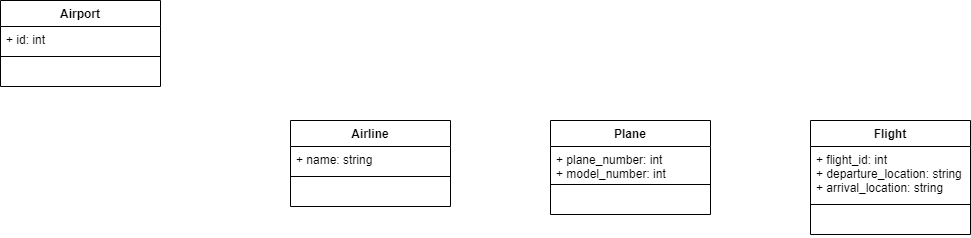
Earlier version of the draw.io export UML Examples/North American Airports System/North American Airports System Class Diagram.png (smitbmx/Architecture-Diagrams). Source tidied: cells renumbered, new cells last; positions are measured from the earlier drawing's top-left corner, leaving out a move shared by most shapes.
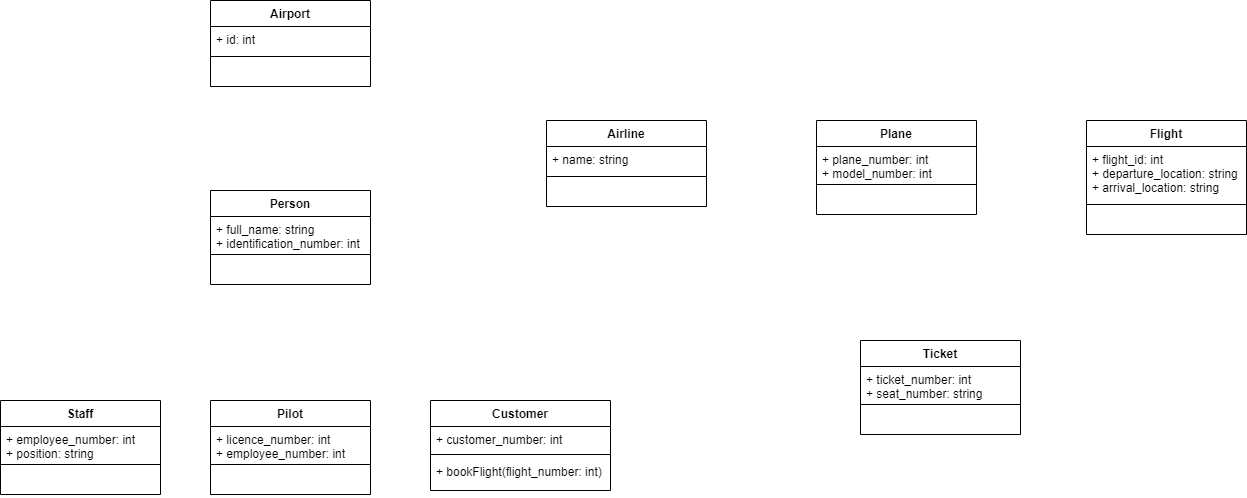
After the change.

The edit, as a diff of the source:
```diff
@@ -3,7 +3,7 @@
     <mxCell id="0" />
     <mxCell id="1" parent="0" />
     <mxCell id="2" value="Airport" style="swimlane;fontStyle=1;align=center;verticalAlign=top;horizontal=1;startSize=26;" parent="1" vertex="1">
-      <mxGeometry width="160" height="86" as="geometry" />
+      <mxGeometry x="120" width="160" height="86" as="geometry" />
     </mxCell>
     <mxCell id="3" value="+ id: int" style="text;strokeColor=none;fillColor=none;align=left;verticalAlign=top;spacingLeft=4;spacingRight=4;overflow=hidden;" parent="2" vertex="1">
       <mxGeometry y="26" width="160" height="26" as="geometry" />
@@ -15,7 +15,7 @@
       <mxGeometry y="60" width="160" height="26" as="geometry" />
     </mxCell>
     <mxCell id="6" value="Airline" style="swimlane;fontStyle=1;align=center;verticalAlign=top;horizontal=1;startSize=26;" parent="1" vertex="1">
-      <mxGeometry x="290" y="120" width="160" height="86" as="geometry" />
+      <mxGeometry x="456" y="120" width="160" height="86" as="geometry" />
     </mxCell>
     <mxCell id="7" value="+ name: string" style="text;strokeColor=none;fillColor=none;align=left;verticalAlign=top;spacingLeft=4;spacingRight=4;overflow=hidden;" parent="6" vertex="1">
       <mxGeometry y="26" width="160" height="26" as="geometry" />
@@ -27,7 +27,7 @@
       <mxGeometry y="60" width="160" height="26" as="geometry" />
     </mxCell>
     <mxCell id="10" value="Plane" style="swimlane;fontStyle=1;align=center;verticalAlign=top;horizontal=1;startSize=26;" parent="1" vertex="1">
-      <mxGeometry x="550" y="120" width="160" height="94" as="geometry" />
+      <mxGeometry x="726" y="120" width="160" height="94" as="geometry" />
     </mxCell>
     <mxCell id="11" value="+ plane_number: int&#10;+ model_number: int" style="text;strokeColor=none;fillColor=none;align=left;verticalAlign=top;spacingLeft=4;spacingRight=4;overflow=hidden;" parent="10" vertex="1">
       <mxGeometry y="26" width="160" height="34" as="geometry" />
@@ -39,7 +39,7 @@
       <mxGeometry y="68" width="160" height="26" as="geometry" />
     </mxCell>
     <mxCell id="14" value="Flight" style="swimlane;fontStyle=1;align=center;verticalAlign=top;horizontal=1;startSize=26;" parent="1" vertex="1">
-      <mxGeometry x="810" y="120" width="160" height="114" as="geometry" />
+      <mxGeometry x="996" y="120" width="160" height="114" as="geometry" />
     </mxCell>
     <mxCell id="15" value="+ flight_id: int&#10;+ departure_location: string&#10;+ arrival_location: string" style="text;strokeColor=none;fillColor=none;align=left;verticalAlign=top;spacingLeft=4;spacingRight=4;overflow=hidden;" parent="14" vertex="1">
       <mxGeometry y="26" width="160" height="54" as="geometry" />
@@ -50,5 +50,65 @@
     <mxCell id="17" value=" " style="text;strokeColor=none;fillColor=none;align=left;verticalAlign=top;spacingLeft=4;spacingRight=4;overflow=hidden;" parent="14" vertex="1">
       <mxGeometry y="88" width="160" height="26" as="geometry" />
     </mxCell>
+    <mxCell id="18" value="Ticket" style="swimlane;fontStyle=1;align=center;verticalAlign=top;horizontal=1;startSize=26;" parent="1" vertex="1">
+      <mxGeometry x="770" y="340" width="160" height="94" as="geometry" />
+    </mxCell>
+    <mxCell id="19" value="+ ticket_number: int&#10;+ seat_number: string" style="text;strokeColor=none;fillColor=none;align=left;verticalAlign=top;spacingLeft=4;spacingRight=4;overflow=hidden;" parent="18" vertex="1">
+      <mxGeometry y="26" width="160" height="34" as="geometry" />
+    </mxCell>
+    <mxCell id="20" style="line;strokeWidth=1;fillColor=none;align=left;verticalAlign=middle;spacingTop=-1;spacingLeft=3;spacingRight=3;labelPosition=right;" parent="18" vertex="1">
+      <mxGeometry y="60" width="160" height="8" as="geometry" />
+    </mxCell>
+    <mxCell id="21" value=" " style="text;strokeColor=none;fillColor=none;align=left;verticalAlign=top;spacingLeft=4;spacingRight=4;overflow=hidden;" parent="18" vertex="1">
+      <mxGeometry y="68" width="160" height="26" as="geometry" />
+    </mxCell>
+    <mxCell id="22" value="Person" style="swimlane;fontStyle=1;align=center;verticalAlign=top;horizontal=1;startSize=26;" parent="1" vertex="1">
+      <mxGeometry x="120" y="190" width="160" height="94" as="geometry" />
+    </mxCell>
+    <mxCell id="23" value="+ full_name: string&#10;+ identification_number: int" style="text;strokeColor=none;fillColor=none;align=left;verticalAlign=top;spacingLeft=4;spacingRight=4;overflow=hidden;" parent="22" vertex="1">
+      <mxGeometry y="26" width="160" height="34" as="geometry" />
+    </mxCell>
+    <mxCell id="24" style="line;strokeWidth=1;fillColor=none;align=left;verticalAlign=middle;spacingTop=-1;spacingLeft=3;spacingRight=3;labelPosition=right;" parent="22" vertex="1">
+      <mxGeometry y="60" width="160" height="8" as="geometry" />
+    </mxCell>
+    <mxCell id="25" value=" " style="text;strokeColor=none;fillColor=none;align=left;verticalAlign=top;spacingLeft=4;spacingRight=4;overflow=hidden;" parent="22" vertex="1">
+      <mxGeometry y="68" width="160" height="26" as="geometry" />
+    </mxCell>
+    <mxCell id="26" value="Pilot" style="swimlane;fontStyle=1;align=center;verticalAlign=top;horizontal=1;startSize=26;" parent="1" vertex="1">
+      <mxGeometry x="120" y="400" width="160" height="94" as="geometry" />
+    </mxCell>
+    <mxCell id="27" value="+ licence_number: int&#10;+ employee_number: int" style="text;strokeColor=none;fillColor=none;align=left;verticalAlign=top;spacingLeft=4;spacingRight=4;overflow=hidden;" parent="26" vertex="1">
+      <mxGeometry y="26" width="160" height="34" as="geometry" />
+    </mxCell>
+    <mxCell id="28" style="line;strokeWidth=1;fillColor=none;align=left;verticalAlign=middle;spacingTop=-1;spacingLeft=3;spacingRight=3;labelPosition=right;" parent="26" vertex="1">
+      <mxGeometry y="60" width="160" height="8" as="geometry" />
+    </mxCell>
+    <mxCell id="29" value=" " style="text;strokeColor=none;fillColor=none;align=left;verticalAlign=top;spacingLeft=4;spacingRight=4;overflow=hidden;" parent="26" vertex="1">
+      <mxGeometry y="68" width="160" height="26" as="geometry" />
+    </mxCell>
+    <mxCell id="30" value="Customer" style="swimlane;fontStyle=1;align=center;verticalAlign=top;horizontal=1;startSize=26;" parent="1" vertex="1">
+      <mxGeometry x="340" y="400" width="180" height="90" as="geometry" />
+    </mxCell>
+    <mxCell id="31" value="+ customer_number: int" style="text;strokeColor=none;fillColor=none;align=left;verticalAlign=top;spacingLeft=4;spacingRight=4;overflow=hidden;" parent="30" vertex="1">
+      <mxGeometry y="26" width="180" height="24" as="geometry" />
+    </mxCell>
+    <mxCell id="32" style="line;strokeWidth=1;fillColor=none;align=left;verticalAlign=middle;spacingTop=-1;spacingLeft=3;spacingRight=3;labelPosition=right;" parent="30" vertex="1">
+      <mxGeometry y="50" width="180" height="8" as="geometry" />
+    </mxCell>
+    <mxCell id="33" value="+ bookFlight(flight_number: int)" style="text;strokeColor=none;fillColor=none;align=left;verticalAlign=top;spacingLeft=4;spacingRight=4;overflow=hidden;" parent="30" vertex="1">
+      <mxGeometry y="58" width="180" height="32" as="geometry" />
+    </mxCell>
+    <mxCell id="34" value="Staff" style="swimlane;fontStyle=1;align=center;verticalAlign=top;horizontal=1;startSize=26;" parent="1" vertex="1">
+      <mxGeometry x="-90" y="400" width="160" height="94" as="geometry" />
+    </mxCell>
+    <mxCell id="35" value="+ employee_number: int&#10;+ position: string" style="text;strokeColor=none;fillColor=none;align=left;verticalAlign=top;spacingLeft=4;spacingRight=4;overflow=hidden;" parent="34" vertex="1">
+      <mxGeometry y="26" width="160" height="34" as="geometry" />
+    </mxCell>
+    <mxCell id="36" style="line;strokeWidth=1;fillColor=none;align=left;verticalAlign=middle;spacingTop=-1;spacingLeft=3;spacingRight=3;labelPosition=right;" parent="34" vertex="1">
+      <mxGeometry y="60" width="160" height="8" as="geometry" />
+    </mxCell>
+    <mxCell id="37" value=" " style="text;strokeColor=none;fillColor=none;align=left;verticalAlign=top;spacingLeft=4;spacingRight=4;overflow=hidden;" parent="34" vertex="1">
+      <mxGeometry y="68" width="160" height="26" as="geometry" />
+    </mxCell>
   </root>
 </mxGraphModel>
```
